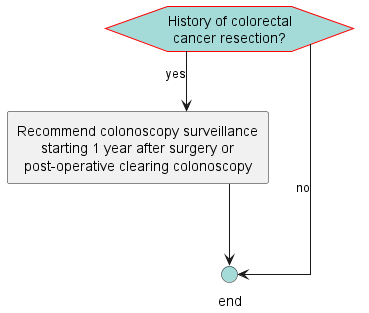
Above: images/flow-PersonalHxOfCRC2.png in ccsm-cds-tools/CDC-Colorectal-Cancer-Screening-CDS-L2 (PlantUML), before the change. The source it was exported from:
```plantuml
@startuml
hide stereotype
skinparam linetype ortho
<style>
hexagon {
    MaximumWidth: 150
    BackGroundColor: A4DBD8
    LineThickness: 1
    LineColor: red
    HorizontalAlignment: center
}
rectangle {
    MaximumWidth: 250
    HorizontalAlignment: center
}
.end {
    BackGroundColor: #A4DBD8
}
</style>
hexagon "History of colorectal cancer resection?" as eve_CRC [[#eve-CRC]]
rectangle "Recommend colonoscopy surveillance starting 1 year after surgery or post-operative clearing colonoscopy" as act_hxCRCSurveillance [[#act-hxCRCSurveillance]]
circle "end" as end_1 <<end>>
eve_CRC-->act_hxCRCSurveillance: yes
eve_CRC-->end_1: no
act_hxCRCSurveillance-->end_1
@enduml
```
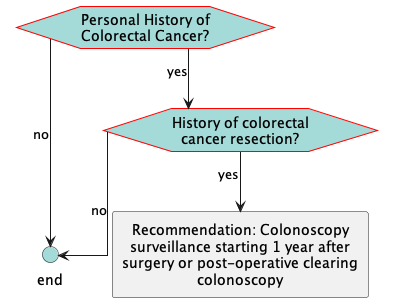
After the change.

Change to the diagram source:
```diff
@@ -17,10 +17,12 @@
     BackGroundColor: #A4DBD8
 }
 </style>
+hexagon "Personal History of Colorectal Cancer?" as eve_HxCRC [[#eve-HxCRC]]
 hexagon "History of colorectal cancer resection?" as eve_CRC [[#eve-CRC]]
-rectangle "Recommend colonoscopy surveillance starting 1 year after surgery or post-operative clearing colonoscopy" as act_hxCRCSurveillance [[#act-hxCRCSurveillance]]
 circle "end" as end_1 <<end>>
+rectangle "Recommendation: Colonoscopy surveillance starting 1 year after surgery or post-operative clearing colonoscopy" as act_hxCRCSurveillance [[#act-hxCRCSurveillance]]
+eve_HxCRC-->eve_CRC: yes
+eve_HxCRC-->end_1: no
 eve_CRC-->act_hxCRCSurveillance: yes
 eve_CRC-->end_1: no
-act_hxCRCSurveillance-->end_1
 @enduml
```
